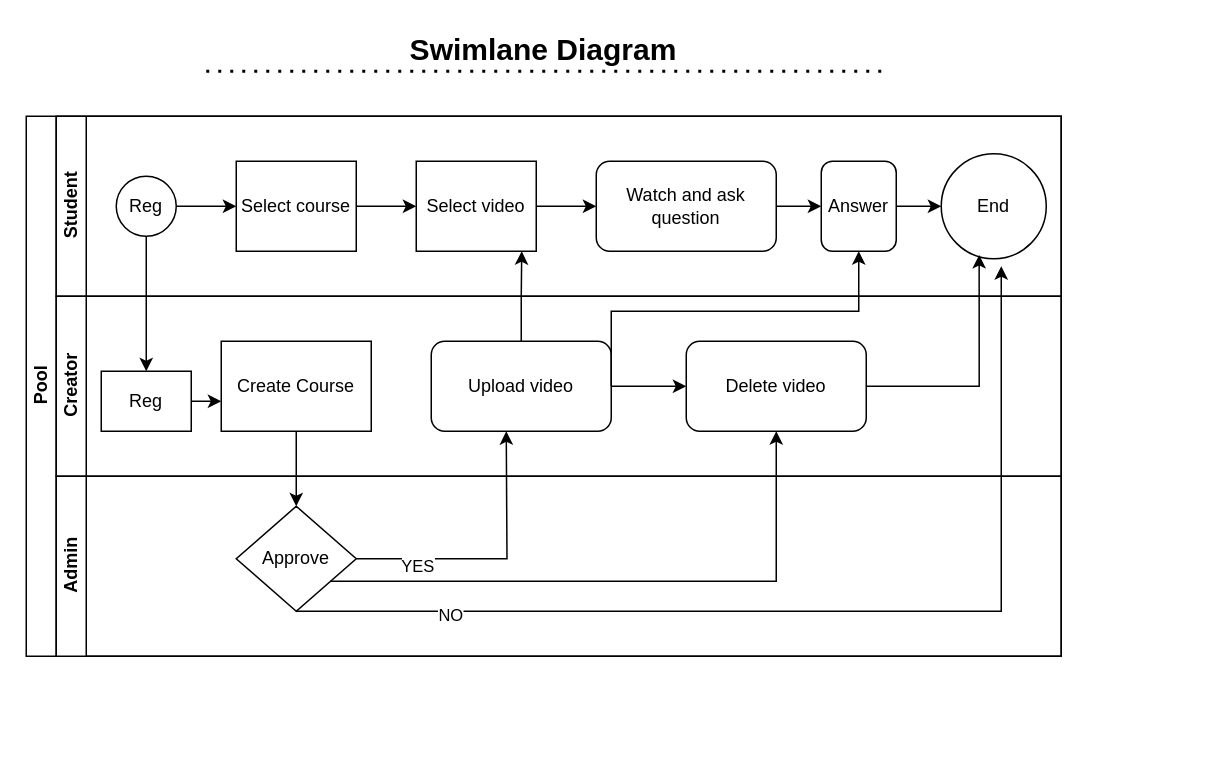
Before: Diagrams/Swimlane.drawio in mominul/quizz, a draw.io diagram. Source tidied: cells renumbered, new cells numbered last; positions are measured from the earlier drawing's top-left corner, leaving out a move shared by most shapes. Both pictures are drawn from the tidied source at 150%, with x=0, y=0 at pixel (26, 26).
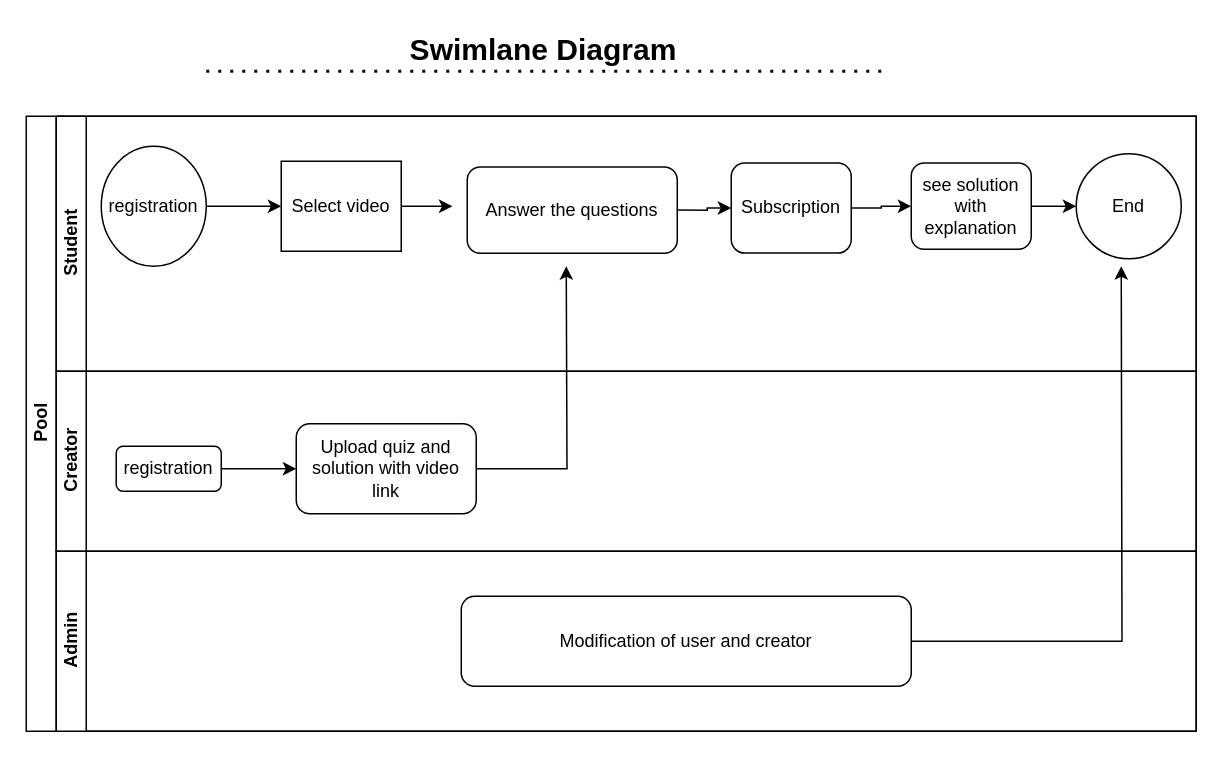
The same page after the edit.

Commit message (it also covers changes not shown here):
fix: swimlane diagram

The edit, as a diff of the source:
```diff
@@
     <mxCell id="2" value="Pool" style="swimlane;html=1;horizontal=0;startSize=20;" parent="1" vertex="1">
-      <mxGeometry y="60" width="690" height="360" as="geometry" />
+      <mxGeometry y="60" width="780" height="410" as="geometry" />
     </mxCell>
     <mxCell id="3" value="Student&lt;br&gt;" style="swimlane;html=1;startSize=20;horizontal=0;" parent="2" vertex="1">
-      <mxGeometry x="20" width="670" height="120" as="geometry" />
+      <mxGeometry x="20" width="760" height="170" as="geometry" />
     </mxCell>
-    <mxCell id="4" style="edgeStyle=orthogonalEdgeStyle;rounded=0;jettySize=auto;html=1;" parent="3" edge="1" source="5" target="7">
+    <mxCell id="4" style="edgeStyle=orthogonalEdgeStyle;rounded=0;jettySize=auto;html=1;entryX=0;entryY=0.5;entryDx=0;entryDy=0;" parent="3" edge="1" source="5" target="9">
       <mxGeometry relative="1" as="geometry" />
     </mxCell>
-    <mxCell id="5" value="Reg" style="ellipse;whiteSpace=wrap;html=1;" parent="3" vertex="1">
-      <mxGeometry x="40" y="40" width="40" height="40" as="geometry" />
+    <mxCell id="5" value="registration" style="ellipse;whiteSpace=wrap;html=1;" parent="3" vertex="1">
+      <mxGeometry x="30" y="20" width="70" height="80" as="geometry" />
     </mxCell>
-    <mxCell id="6" style="edgeStyle=orthogonalEdgeStyle;rounded=0;jettySize=auto;html=1;entryX=0;entryY=0.5;entryDx=0;entryDy=0;" parent="3" edge="1" source="7" target="9">
-      <mxGeometry relative="1" as="geometry" />
-    </mxCell>
-    <mxCell id="7" value="Select course" style="rounded=0;whiteSpace=wrap;html=1;fontFamily=Helvetica;fontSize=12;fontColor=#000000;align=center;" parent="3" vertex="1">
-      <mxGeometry x="120" y="30" width="80" height="60" as="geometry" />
-    </mxCell>
-    <mxCell id="8" style="edgeStyle=orthogonalEdgeStyle;rounded=0;jettySize=auto;html=1;endArrow=classic;endFill=1;" parent="3" edge="1" source="9">
-      <mxGeometry relative="1" as="geometry">
-        <mxPoint x="360" y="60" as="targetPoint" />
-      </mxGeometry>
-    </mxCell>
+    <mxCell id="36" style="edgeStyle=orthogonalEdgeStyle;rounded=0;jettySize=auto;html=1;exitX=1;exitY=0.5;exitDx=0;exitDy=0;entryX=-0.071;entryY=0.457;entryDx=0;entryDy=0;entryPerimeter=0;" parent="3" edge="1" source="9" target="11">
+      <mxGeometry relative="1" as="geometry" />
+    </mxCell>
     <mxCell id="9" value="Select video" style="rounded=0;whiteSpace=wrap;html=1;fontFamily=Helvetica;fontSize=12;fontColor=#000000;align=center;" parent="3" vertex="1">
-      <mxGeometry x="240" y="30" width="80" height="60" as="geometry" />
+      <mxGeometry x="150" y="30" width="80" height="60" as="geometry" />
     </mxCell>
-    <mxCell id="10" style="edgeStyle=orthogonalEdgeStyle;rounded=0;jettySize=auto;html=1;entryX=0;entryY=0.5;entryDx=0;entryDy=0;" parent="3" edge="1" source="11" target="13">
-      <mxGeometry relative="1" as="geometry" />
-    </mxCell>
+    <mxCell id="14" value="End" style="ellipse;whiteSpace=wrap;html=1;" parent="3" vertex="1">
+      <mxGeometry x="680" y="25" width="70" height="70" as="geometry" />
+    </mxCell>
+    <mxCell id="37" style="edgeStyle=orthogonalEdgeStyle;rounded=0;jettySize=auto;html=1;exitX=1;exitY=0.5;exitDx=0;exitDy=0;entryX=0;entryY=0.5;entryDx=0;entryDy=0;" parent="3" edge="1" source="38" target="41">
+      <mxGeometry relative="1" as="geometry" />
+    </mxCell>
+    <mxCell id="38" value="Subscription" style="rounded=1;whiteSpace=wrap;html=1;" parent="3" vertex="1">
+      <mxGeometry x="450" y="31.2" width="80" height="60" as="geometry" />
+    </mxCell>
+    <mxCell id="39" style="edgeStyle=orthogonalEdgeStyle;rounded=0;jettySize=auto;html=1;exitX=1;exitY=0.5;exitDx=0;exitDy=0;" parent="3" edge="1" source="11" target="38">
+      <mxGeometry relative="1" as="geometry" />
+    </mxCell>
-    <mxCell id="11" value="Watch and ask question" style="rounded=1;whiteSpace=wrap;html=1;" parent="3" vertex="1">
-      <mxGeometry x="360" y="30" width="120" height="60" as="geometry" />
+    <mxCell id="11" value="Answer the questions" style="rounded=1;whiteSpace=wrap;html=1;" parent="3" vertex="1">
+      <mxGeometry x="274" y="33.8" width="140" height="57.5" as="geometry" />
     </mxCell>
-    <mxCell id="12" style="edgeStyle=orthogonalEdgeStyle;rounded=0;jettySize=auto;html=1;exitX=1;exitY=0.5;exitDx=0;exitDy=0;" parent="3" edge="1" source="13" target="14">
-      <mxGeometry relative="1" as="geometry" />
-    </mxCell>
-    <mxCell id="13" value="Answer" style="rounded=1;whiteSpace=wrap;html=1;" parent="3" vertex="1">
-      <mxGeometry x="510" y="30" width="50" height="60" as="geometry" />
-    </mxCell>
-    <mxCell id="14" value="End" style="ellipse;whiteSpace=wrap;html=1;" parent="3" vertex="1">
-      <mxGeometry x="590" y="25" width="70" height="70" as="geometry" />
-    </mxCell>
+    <mxCell id="40" style="edgeStyle=orthogonalEdgeStyle;rounded=0;jettySize=auto;html=1;exitX=1;exitY=0.5;exitDx=0;exitDy=0;entryX=0;entryY=0.5;entryDx=0;entryDy=0;" parent="3" edge="1" source="41" target="14">
+      <mxGeometry relative="1" as="geometry" />
+    </mxCell>
+    <mxCell id="41" value="see solution with explanation" style="rounded=1;whiteSpace=wrap;html=1;" parent="3" vertex="1">
+      <mxGeometry x="570" y="31.2" width="80" height="57.5" as="geometry" />
+    </mxCell>
     <mxCell id="15" value="Creator&lt;br&gt;" style="swimlane;html=1;startSize=20;horizontal=0;" parent="2" vertex="1">
-      <mxGeometry x="20" y="120" width="670" height="120" as="geometry" />
+      <mxGeometry x="20" y="170" width="760" height="120" as="geometry" />
     </mxCell>
-    <mxCell id="16" value="Create Course" style="rounded=0;whiteSpace=wrap;html=1;fontFamily=Helvetica;fontSize=12;fontColor=#000000;align=center;" parent="15" vertex="1">
-      <mxGeometry x="110" y="30" width="100" height="60" as="geometry" />
-    </mxCell>
-    <mxCell id="17" value="Reg" style="rounded=0;whiteSpace=wrap;html=1;" parent="15" vertex="1">
-      <mxGeometry x="30" y="50" width="60" height="40" as="geometry" />
-    </mxCell>
-    <mxCell id="18" style="edgeStyle=orthogonalEdgeStyle;rounded=0;jettySize=auto;html=1;exitX=1;exitY=0.5;exitDx=0;exitDy=0;entryX=0;entryY=0.5;entryDx=0;entryDy=0;" parent="15" edge="1" source="19" target="20">
-      <mxGeometry relative="1" as="geometry" />
-    </mxCell>
-    <mxCell id="19" value="Upload video" style="rounded=1;whiteSpace=wrap;html=1;" parent="15" vertex="1">
-      <mxGeometry x="250" y="30" width="120" height="60" as="geometry" />
+    <mxCell id="19" value="Upload quiz and solution with video link" style="rounded=1;whiteSpace=wrap;html=1;" parent="15" vertex="1">
+      <mxGeometry x="160" y="35" width="120" height="60" as="geometry" />
     </mxCell>
-    <mxCell id="20" value="Delete video" style="rounded=1;whiteSpace=wrap;html=1;" parent="15" vertex="1">
-      <mxGeometry x="420" y="30" width="120" height="60" as="geometry" />
-    </mxCell>
+    <mxCell id="42" style="edgeStyle=orthogonalEdgeStyle;rounded=0;jettySize=auto;html=1;" parent="15" edge="1" source="43" target="19">
+      <mxGeometry relative="1" as="geometry" />
+    </mxCell>
+    <mxCell id="43" value="registration" style="rounded=1;whiteSpace=wrap;html=1;" parent="15" vertex="1">
+      <mxGeometry x="40" y="50" width="70" height="30" as="geometry" />
+    </mxCell>
     <mxCell id="21" value="Admin" style="swimlane;html=1;startSize=20;horizontal=0;" parent="2" vertex="1">
-      <mxGeometry x="20" y="240" width="670" height="120" as="geometry" />
+      <mxGeometry x="20" y="290" width="760" height="120" as="geometry" />
     </mxCell>
-    <mxCell id="22" value="Approve" style="rhombus;whiteSpace=wrap;html=1;" parent="21" vertex="1">
-      <mxGeometry x="120" y="20" width="80" height="70" as="geometry" />
-    </mxCell>
-    <mxCell id="23" style="edgeStyle=orthogonalEdgeStyle;rounded=0;jettySize=auto;html=1;" parent="2" edge="1" source="16" target="22">
-      <mxGeometry relative="1" as="geometry" />
-    </mxCell>
-    <mxCell id="24" style="edgeStyle=orthogonalEdgeStyle;rounded=0;jettySize=auto;html=1;exitX=0.5;exitY=0;exitDx=0;exitDy=0;entryX=0.879;entryY=1;entryDx=0;entryDy=0;entryPerimeter=0;" parent="2" edge="1" source="19" target="9">
-      <mxGeometry relative="1" as="geometry" />
-    </mxCell>
-    <mxCell id="25" style="edgeStyle=orthogonalEdgeStyle;rounded=0;jettySize=auto;html=1;exitX=1;exitY=0.5;exitDx=0;exitDy=0;entryX=0.5;entryY=1;entryDx=0;entryDy=0;" parent="2" edge="1" source="19" target="13">
-      <mxGeometry relative="1" as="geometry">
-        <Array as="points">
-          <mxPoint x="390" y="130" />
-          <mxPoint x="555" y="130" />
-        </Array>
-      </mxGeometry>
-    </mxCell>
-    <mxCell id="26" style="edgeStyle=orthogonalEdgeStyle;rounded=0;jettySize=auto;html=1;entryX=0.361;entryY=0.964;entryDx=0;entryDy=0;entryPerimeter=0;" parent="2" edge="1" source="20" target="14">
-      <mxGeometry relative="1" as="geometry" />
-    </mxCell>
-    <mxCell id="27" style="edgeStyle=orthogonalEdgeStyle;rounded=0;jettySize=auto;html=1;" parent="1" edge="1" source="5">
-      <mxGeometry relative="1" as="geometry">
-        <mxPoint x="80" y="230" as="targetPoint" />
-      </mxGeometry>
-    </mxCell>
-    <mxCell id="28" style="edgeStyle=orthogonalEdgeStyle;rounded=0;jettySize=auto;html=1;exitX=1;exitY=0.5;exitDx=0;exitDy=0;" parent="1" edge="1" source="17">
-      <mxGeometry relative="1" as="geometry">
-        <mxPoint x="130" y="249.8" as="targetPoint" />
-      </mxGeometry>
-    </mxCell>
-    <mxCell id="29" style="edgeStyle=orthogonalEdgeStyle;rounded=0;jettySize=auto;html=1;exitX=0.5;exitY=1;exitDx=0;exitDy=0;" parent="1" edge="1" source="22">
-      <mxGeometry relative="1" as="geometry">
-        <mxPoint x="650" y="160" as="targetPoint" />
-        <Array as="points">
-          <mxPoint x="650" y="390" />
-        </Array>
-      </mxGeometry>
-    </mxCell>
-    <mxCell id="30" value="NO" style="edgeLabel;html=1;align=center;verticalAlign=middle;" parent="29" vertex="1">
-      <mxGeometry x="-0.71" y="-2" relative="1" as="geometry" />
-    </mxCell>
-    <mxCell id="31" style="edgeStyle=orthogonalEdgeStyle;rounded=0;jettySize=auto;html=1;exitX=1;exitY=0.5;exitDx=0;exitDy=0;" parent="1" edge="1" source="22">
-      <mxGeometry relative="1" as="geometry">
-        <mxPoint x="320" y="270" as="targetPoint" />
-      </mxGeometry>
-    </mxCell>
-    <mxCell id="32" value="YES" style="edgeLabel;html=1;align=center;verticalAlign=middle;" parent="31" vertex="1">
-      <mxGeometry x="-0.57" y="-4" relative="1" as="geometry" />
-    </mxCell>
-    <mxCell id="33" style="edgeStyle=orthogonalEdgeStyle;rounded=0;jettySize=auto;html=1;" parent="1" edge="1" source="22">
-      <mxGeometry relative="1" as="geometry">
-        <mxPoint x="500" y="270" as="targetPoint" />
-        <Array as="points">
-          <mxPoint x="500" y="370" />
-        </Array>
-      </mxGeometry>
-    </mxCell>
+    <mxCell id="44" value="Modification of user and creator" style="rounded=1;whiteSpace=wrap;html=1;" parent="21" vertex="1">
+      <mxGeometry x="270" y="30" width="300" height="60" as="geometry" />
+    </mxCell>
@@
+    <mxCell id="45" style="edgeStyle=orthogonalEdgeStyle;rounded=0;jettySize=auto;html=1;" parent="1" edge="1" source="19">
+      <mxGeometry relative="1" as="geometry">
+        <mxPoint x="360" y="160" as="targetPoint" />
+      </mxGeometry>
+    </mxCell>
+    <mxCell id="46" style="edgeStyle=orthogonalEdgeStyle;rounded=0;jettySize=auto;html=1;" parent="1" edge="1" source="44">
+      <mxGeometry relative="1" as="geometry">
+        <mxPoint x="730" y="160" as="targetPoint" />
+      </mxGeometry>
+    </mxCell>
```
